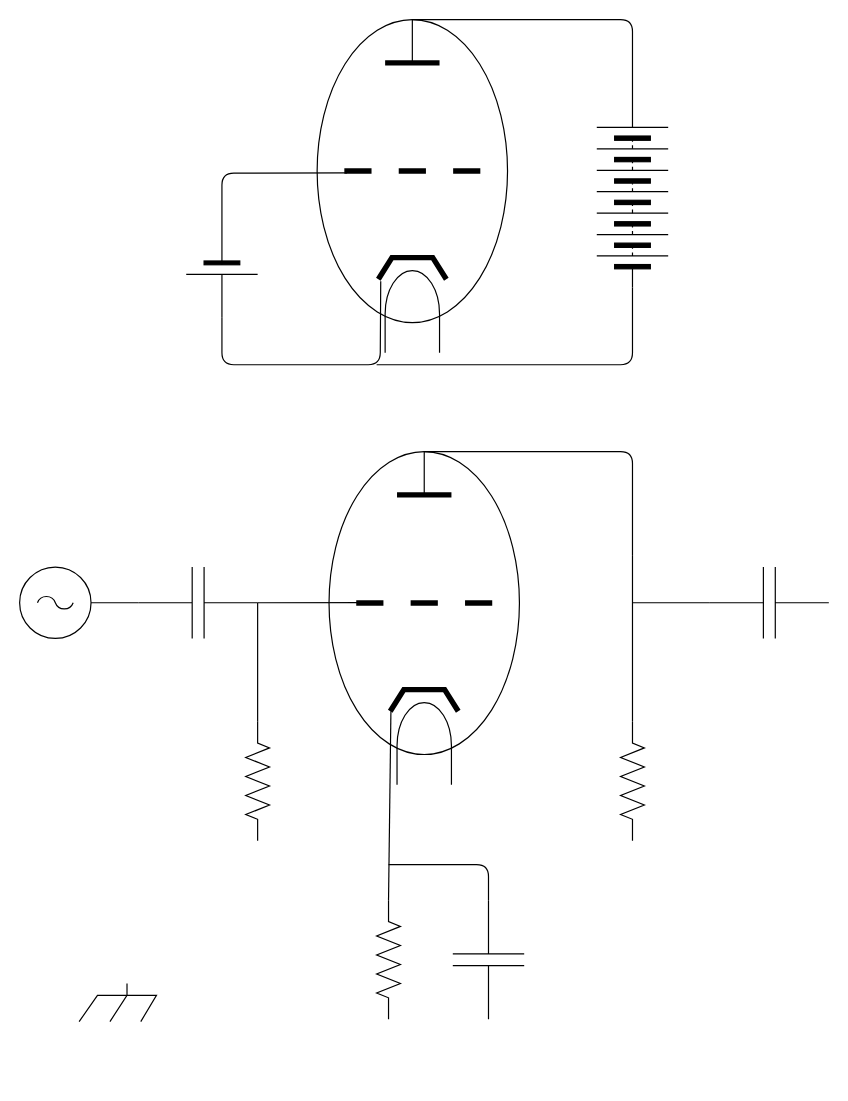
Above: draw/RF.drawio in tnakaicode/Note (draw.io), before the change. Source tidied: cells renumbered, new cells numbered last; positions are measured from the earlier drawing's top-left corner, leaving out a move shared by most shapes. Both pictures are drawn from the tidied source at 119%, with x=0, y=0 at pixel (19, 19).
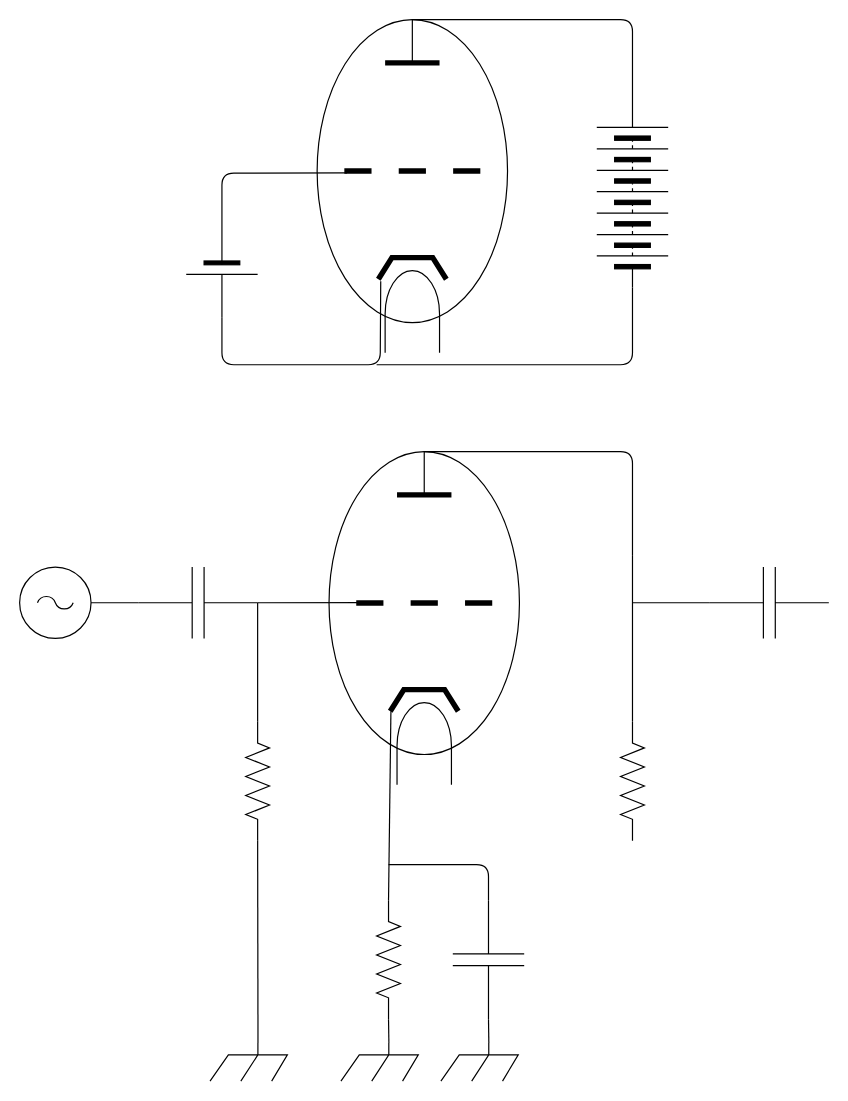
The same diagram, later.

Unchanged cells that the change refers to:
```xml
<mxCell id="15" style="verticalLabelPosition=bottom;shadow=0;dashed=0;align=center;html=1;verticalAlign=top;shape=mxgraph.electrical.resistors.resistor_2;rotation=90;" parent="1" vertex="1">
  <mxGeometry x="150" y="630" width="100" height="20" as="geometry" />
</mxCell>
<mxCell id="17" style="verticalLabelPosition=bottom;shadow=0;dashed=0;align=center;html=1;verticalAlign=top;shape=mxgraph.electrical.resistors.resistor_2;rotation=90;" parent="1" vertex="1">
  <mxGeometry x="260" y="780" width="100" height="20" as="geometry" />
</mxCell>
<mxCell id="19" style="verticalLabelPosition=bottom;shadow=0;dashed=0;align=center;html=1;verticalAlign=top;shape=mxgraph.electrical.capacitors.capacitor_1;rotation=90;" parent="1" vertex="1">
  <mxGeometry x="344" y="760" width="100" height="60" as="geometry" />
</mxCell>
```

Diff of the diagram source:
```diff
@@
     <mxCell id="25" style="verticalLabelPosition=bottom;shadow=0;dashed=0;align=center;html=1;verticalAlign=top;shape=mxgraph.electrical.miscellaneous.chassis;" parent="1" vertex="1">
-      <mxGeometry x="50" y="810" width="65" height="32" as="geometry" />
+      <mxGeometry x="160" y="860" width="65" height="32" as="geometry" />
     </mxCell>
+    <mxCell id="26" style="verticalLabelPosition=bottom;shadow=0;dashed=0;align=center;html=1;verticalAlign=top;shape=mxgraph.electrical.miscellaneous.chassis;" parent="1" vertex="1">
+      <mxGeometry x="270" y="860" width="65" height="32" as="geometry" />
+    </mxCell>
+    <mxCell id="27" style="verticalLabelPosition=bottom;shadow=0;dashed=0;align=center;html=1;verticalAlign=top;shape=mxgraph.electrical.miscellaneous.chassis;" parent="1" vertex="1">
+      <mxGeometry x="354" y="860" width="65" height="32" as="geometry" />
+    </mxCell>
+    <mxCell id="28" style="endArrow=none;html=1;exitX=1;exitY=0.5;exitDx=0;exitDy=0;exitPerimeter=0;entryX=0.62;entryY=0;entryDx=0;entryDy=0;entryPerimeter=0;" parent="1" edge="1" source="15" target="25">
+      <mxGeometry relative="1" as="geometry" />
+    </mxCell>
+    <mxCell id="29" style="endArrow=none;html=1;exitX=1;exitY=0.5;exitDx=0;exitDy=0;exitPerimeter=0;entryX=0.62;entryY=0;entryDx=0;entryDy=0;entryPerimeter=0;" parent="1" edge="1" source="17" target="26">
+      <mxGeometry relative="1" as="geometry" />
+    </mxCell>
+    <mxCell id="30" style="endArrow=none;html=1;exitX=1;exitY=0.5;exitDx=0;exitDy=0;exitPerimeter=0;entryX=0.62;entryY=0;entryDx=0;entryDy=0;entryPerimeter=0;" parent="1" edge="1" source="19" target="27">
+      <mxGeometry relative="1" as="geometry" />
+    </mxCell>
```
